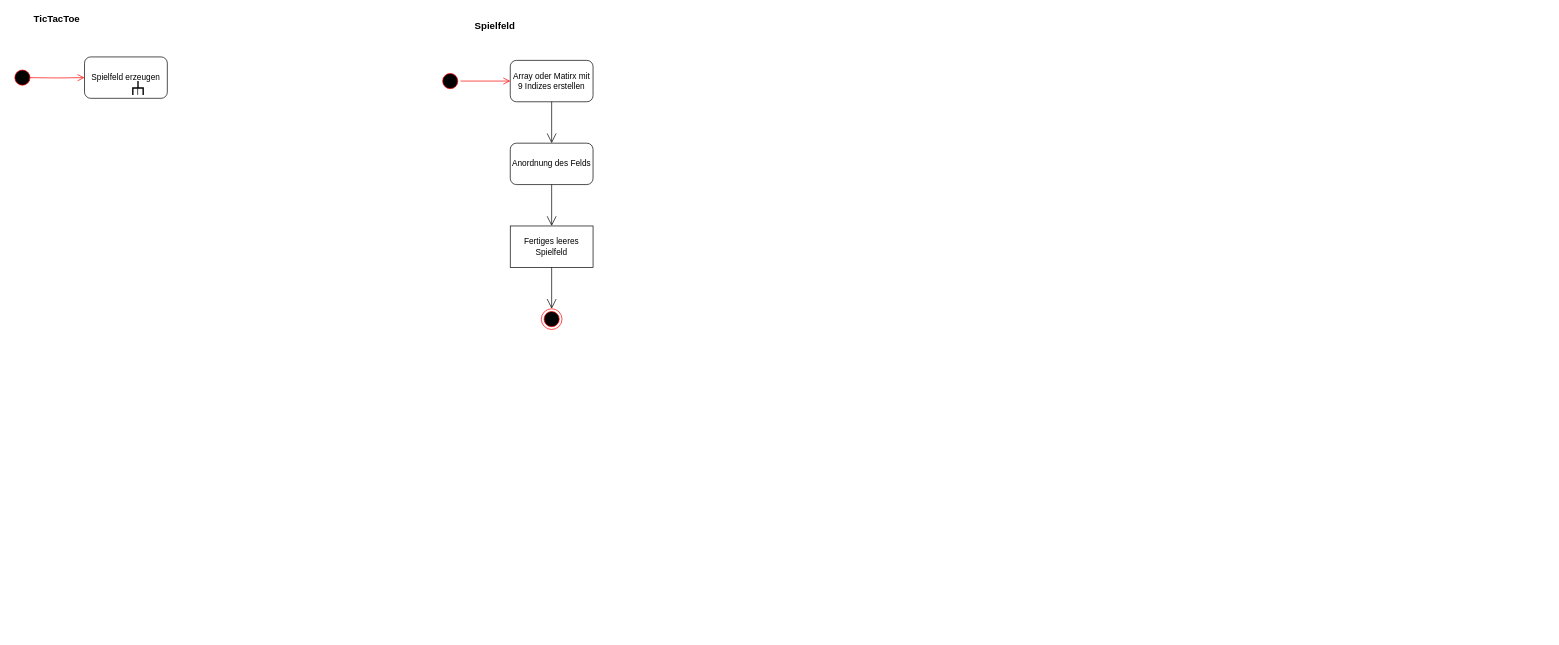
FelixSD/TicTacToeUML keeps this draw.io diagram as Untitled Diagram.drawio. Above is the earlier version. Source tidied: cells renumbered, new cells numbered last; positions are measured from the earlier drawing's top-left corner, leaving out a move shared by most shapes. Both pictures are drawn from the tidied source at 69%, with x=0, y=0 at pixel (12, 12).
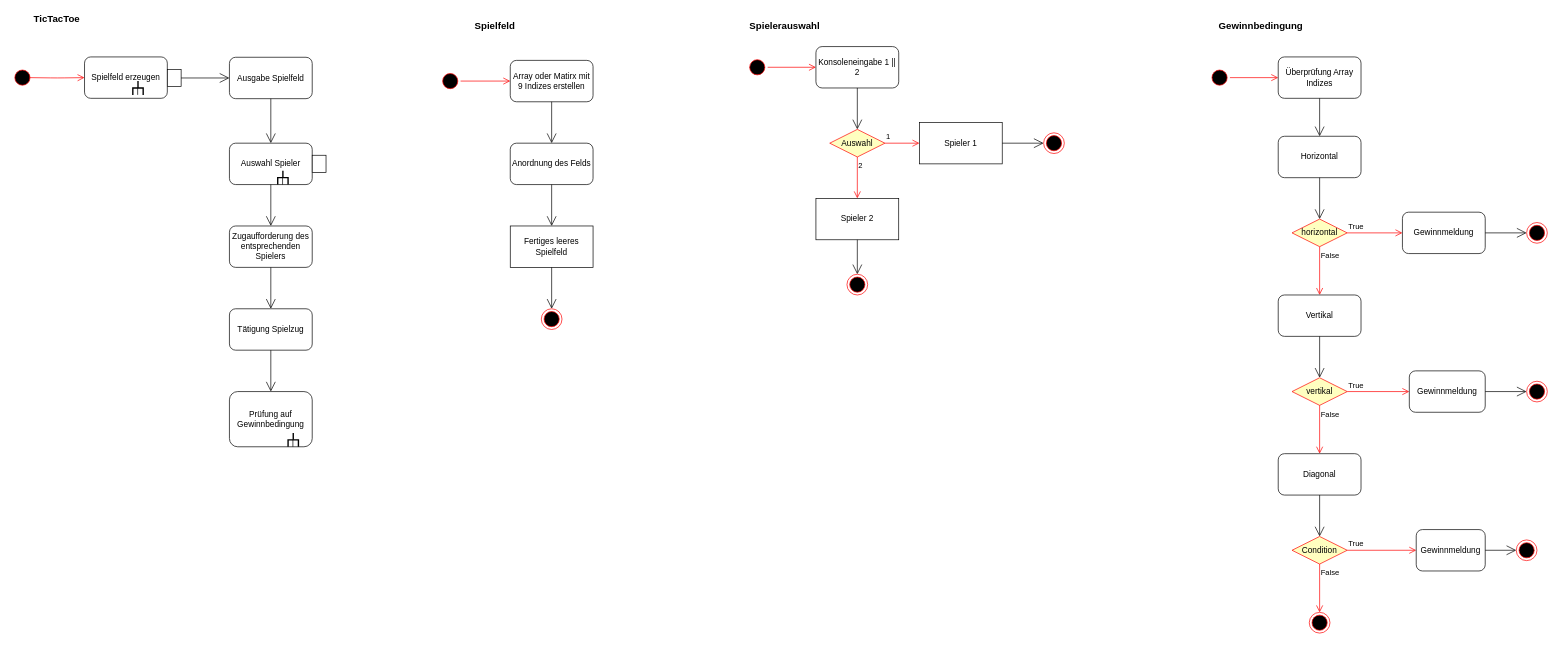
The same diagram, later.

The edit, as a diff of the source:
```diff
@@
+    <mxCell id="18" style="rounded=0;whiteSpace=wrap;html=1;" parent="1" vertex="1">
+      <mxGeometry x="225" y="83" width="20" height="25" as="geometry" />
+    </mxCell>
+    <mxCell id="19" style="endArrow=open;endFill=1;endSize=12;html=1;exitX=1;exitY=0.5;exitDx=0;exitDy=0;entryX=0;entryY=0.5;entryDx=0;entryDy=0;" parent="1" edge="1" source="18" target="20">
+      <mxGeometry relative="1" as="geometry" />
+    </mxCell>
+    <mxCell id="20" value="Ausgabe Spielfeld" style="rounded=1;whiteSpace=wrap;html=1;" parent="1" vertex="1">
+      <mxGeometry x="315" y="65.5" width="120" height="60" as="geometry" />
+    </mxCell>
+    <mxCell id="21" value="Auswahl Spieler" style="rounded=1;whiteSpace=wrap;html=1;" parent="1" vertex="1">
+      <mxGeometry x="315" y="190" width="120" height="60" as="geometry" />
+    </mxCell>
+    <mxCell id="22" style="endArrow=open;endFill=1;endSize=12;html=1;exitX=0.5;exitY=1;exitDx=0;exitDy=0;entryX=0.5;entryY=0;entryDx=0;entryDy=0;" parent="1" edge="1" source="20" target="21">
+      <mxGeometry relative="1" as="geometry" />
+    </mxCell>
+    <mxCell id="23" style="strokeWidth=2;html=1;shape=mxgraph.flowchart.annotation_2;align=left;labelPosition=right;direction=south;" parent="1" vertex="1">
+      <mxGeometry x="385" y="230" width="15" height="20" as="geometry" />
+    </mxCell>
+    <mxCell id="24" style="endArrow=none;html=1;" parent="1" edge="1">
+      <mxGeometry relative="1" as="geometry">
+        <mxPoint x="392" y="240" as="sourcePoint" />
+        <mxPoint x="392" y="250" as="targetPoint" />
+      </mxGeometry>
+    </mxCell>
+    <mxCell id="25" style="rounded=0;whiteSpace=wrap;html=1;" parent="1" vertex="1">
+      <mxGeometry x="435" y="207.5" width="20" height="25" as="geometry" />
+    </mxCell>
+    <mxCell id="26" value="&lt;b&gt;&lt;font style=&quot;font-size: 14px&quot;&gt;Spielerauswahl&lt;/font&gt;&lt;/b&gt;" style="text;html=1;strokeColor=none;fillColor=none;align=center;verticalAlign=middle;whiteSpace=wrap;rounded=0;" parent="1" vertex="1">
+      <mxGeometry x="1065" y="10" width="110" height="20" as="geometry" />
+    </mxCell>
+    <mxCell id="27" style="ellipse;html=1;shape=startState;fillColor=#000000;strokeColor=#ff0000;" parent="1" vertex="1">
+      <mxGeometry x="1065" y="65" width="30" height="30" as="geometry" />
+    </mxCell>
+    <mxCell id="28" style="edgeStyle=orthogonalEdgeStyle;html=1;verticalAlign=bottom;endArrow=open;endSize=8;strokeColor=#ff0000;" parent="1" edge="1" source="27" target="29">
+      <mxGeometry relative="1" as="geometry" />
+    </mxCell>
+    <mxCell id="29" value="Konsoleneingabe 1 || 2" style="rounded=1;whiteSpace=wrap;html=1;" parent="1" vertex="1">
+      <mxGeometry x="1165" y="50" width="120" height="60" as="geometry" />
+    </mxCell>
+    <mxCell id="30" style="endArrow=open;endFill=1;endSize=12;html=1;exitX=0.5;exitY=1;exitDx=0;exitDy=0;entryX=0.5;entryY=0;entryDx=0;entryDy=0;" parent="1" edge="1" source="29" target="31">
+      <mxGeometry relative="1" as="geometry" />
+    </mxCell>
+    <mxCell id="31" value="Auswahl" style="rhombus;whiteSpace=wrap;html=1;fillColor=#ffffc0;strokeColor=#ff0000;" parent="1" vertex="1">
+      <mxGeometry x="1185" y="170" width="80" height="40" as="geometry" />
+    </mxCell>
+    <mxCell id="32" value="1" style="edgeStyle=orthogonalEdgeStyle;html=1;align=left;verticalAlign=bottom;endArrow=open;endSize=8;strokeColor=#ff0000;" parent="1" edge="1" source="31" target="34">
+      <mxGeometry x="-1" relative="1" as="geometry" />
+    </mxCell>
+    <mxCell id="33" value="2" style="edgeStyle=orthogonalEdgeStyle;html=1;align=left;verticalAlign=top;endArrow=open;endSize=8;strokeColor=#ff0000;" parent="1" edge="1" source="31" target="37">
+      <mxGeometry x="-1" relative="1" as="geometry" />
+    </mxCell>
+    <mxCell id="34" value="Spieler 1" style="rounded=0;whiteSpace=wrap;html=1;" parent="1" vertex="1">
+      <mxGeometry x="1315" y="160" width="120" height="60" as="geometry" />
+    </mxCell>
+    <mxCell id="35" style="ellipse;html=1;shape=endState;fillColor=#000000;strokeColor=#ff0000;" parent="1" vertex="1">
+      <mxGeometry x="1495" y="175" width="30" height="30" as="geometry" />
+    </mxCell>
+    <mxCell id="36" style="endArrow=open;endFill=1;endSize=12;html=1;exitX=1;exitY=0.5;exitDx=0;exitDy=0;entryX=0;entryY=0.5;entryDx=0;entryDy=0;" parent="1" edge="1" source="34" target="35">
+      <mxGeometry relative="1" as="geometry" />
+    </mxCell>
+    <mxCell id="37" value="Spieler 2" style="rounded=0;whiteSpace=wrap;html=1;" parent="1" vertex="1">
+      <mxGeometry x="1165" y="270" width="120" height="60" as="geometry" />
+    </mxCell>
+    <mxCell id="38" style="endArrow=open;endFill=1;endSize=12;html=1;exitX=0.5;exitY=1;exitDx=0;exitDy=0;" parent="1" edge="1" source="37" target="39">
+      <mxGeometry relative="1" as="geometry" />
+    </mxCell>
+    <mxCell id="39" style="ellipse;html=1;shape=endState;fillColor=#000000;strokeColor=#ff0000;" parent="1" vertex="1">
+      <mxGeometry x="1210" y="380" width="30" height="30" as="geometry" />
+    </mxCell>
+    <mxCell id="40" style="endArrow=open;endFill=1;endSize=12;html=1;exitX=0.5;exitY=1;exitDx=0;exitDy=0;entryX=0.5;entryY=0;entryDx=0;entryDy=0;" parent="1" edge="1" source="21" target="41">
+      <mxGeometry relative="1" as="geometry" />
+    </mxCell>
+    <mxCell id="41" value="Zugaufforderung des entsprechenden Spielers" style="rounded=1;whiteSpace=wrap;html=1;" parent="1" vertex="1">
+      <mxGeometry x="315" y="310" width="120" height="60" as="geometry" />
+    </mxCell>
+    <mxCell id="42" value="Tätigung Spielzug" style="rounded=1;whiteSpace=wrap;html=1;" parent="1" vertex="1">
+      <mxGeometry x="315" y="430" width="120" height="60" as="geometry" />
+    </mxCell>
+    <mxCell id="43" style="endArrow=open;endFill=1;endSize=12;html=1;exitX=0.5;exitY=1;exitDx=0;exitDy=0;entryX=0.5;entryY=0;entryDx=0;entryDy=0;" parent="1" edge="1" source="41" target="42">
+      <mxGeometry relative="1" as="geometry" />
+    </mxCell>
+    <mxCell id="44" value="Prüfung auf Gewinnbedingung" style="rounded=1;whiteSpace=wrap;html=1;" parent="1" vertex="1">
+      <mxGeometry x="315" y="550" width="120" height="80" as="geometry" />
+    </mxCell>
+    <mxCell id="45" style="endArrow=open;endFill=1;endSize=12;html=1;exitX=0.5;exitY=1;exitDx=0;exitDy=0;" parent="1" edge="1" source="42" target="44">
+      <mxGeometry relative="1" as="geometry" />
+    </mxCell>
+    <mxCell id="46" style="strokeWidth=2;html=1;shape=mxgraph.flowchart.annotation_2;align=left;labelPosition=right;direction=south;" parent="1" vertex="1">
+      <mxGeometry x="400" y="610" width="15" height="20" as="geometry" />
+    </mxCell>
+    <mxCell id="47" style="endArrow=none;html=1;" parent="1" edge="1">
+      <mxGeometry relative="1" as="geometry">
+        <mxPoint x="407" y="620" as="sourcePoint" />
+        <mxPoint x="407" y="630" as="targetPoint" />
+      </mxGeometry>
+    </mxCell>
+    <mxCell id="48" value="&lt;b&gt;&lt;font style=&quot;font-size: 14px&quot;&gt;Gewinnbedingung&lt;/font&gt;&lt;/b&gt;" style="text;html=1;strokeColor=none;fillColor=none;align=center;verticalAlign=middle;whiteSpace=wrap;rounded=0;" parent="1" vertex="1">
+      <mxGeometry x="1745" y="10" width="130" height="20" as="geometry" />
+    </mxCell>
+    <mxCell id="49" style="ellipse;html=1;shape=startState;fillColor=#000000;strokeColor=#ff0000;" parent="1" vertex="1">
+      <mxGeometry x="1735" y="80" width="30" height="30" as="geometry" />
+    </mxCell>
+    <mxCell id="50" style="edgeStyle=orthogonalEdgeStyle;html=1;verticalAlign=bottom;endArrow=open;endSize=8;strokeColor=#ff0000;" parent="1" edge="1" source="49" target="51">
+      <mxGeometry relative="1" as="geometry" />
+    </mxCell>
+    <mxCell id="51" value="Überprüfung Array Indizes" style="rounded=1;whiteSpace=wrap;html=1;" parent="1" vertex="1">
+      <mxGeometry x="1835" y="65" width="120" height="60" as="geometry" />
+    </mxCell>
+    <mxCell id="52" value="Horizontal" style="rounded=1;whiteSpace=wrap;html=1;" parent="1" vertex="1">
+      <mxGeometry x="1835" y="180" width="120" height="60" as="geometry" />
+    </mxCell>
+    <mxCell id="53" style="endArrow=open;endFill=1;endSize=12;html=1;exitX=0.5;exitY=1;exitDx=0;exitDy=0;" parent="1" edge="1" source="51" target="52">
+      <mxGeometry relative="1" as="geometry" />
+    </mxCell>
+    <mxCell id="54" value="horizontal" style="rhombus;whiteSpace=wrap;html=1;fillColor=#ffffc0;strokeColor=#ff0000;" parent="1" vertex="1">
+      <mxGeometry x="1855" y="300" width="80" height="40" as="geometry" />
+    </mxCell>
+    <mxCell id="55" value="True" style="edgeStyle=orthogonalEdgeStyle;html=1;align=left;verticalAlign=bottom;endArrow=open;endSize=8;strokeColor=#ff0000;" parent="1" edge="1" source="54" target="58">
+      <mxGeometry x="-1" relative="1" as="geometry" />
+    </mxCell>
+    <mxCell id="56" value="False" style="edgeStyle=orthogonalEdgeStyle;html=1;align=left;verticalAlign=top;endArrow=open;endSize=8;strokeColor=#ff0000;" parent="1" edge="1" source="54" target="61">
+      <mxGeometry x="-1" relative="1" as="geometry" />
+    </mxCell>
+    <mxCell id="57" style="endArrow=open;endFill=1;endSize=12;html=1;exitX=0.5;exitY=1;exitDx=0;exitDy=0;entryX=0.5;entryY=0;entryDx=0;entryDy=0;" parent="1" edge="1" source="52" target="54">
+      <mxGeometry relative="1" as="geometry" />
+    </mxCell>
+    <mxCell id="58" value="Gewinnmeldung" style="rounded=1;whiteSpace=wrap;html=1;" parent="1" vertex="1">
+      <mxGeometry x="2015" y="290" width="120" height="60" as="geometry" />
+    </mxCell>
+    <mxCell id="59" style="ellipse;html=1;shape=endState;fillColor=#000000;strokeColor=#ff0000;" parent="1" vertex="1">
+      <mxGeometry x="2195" y="305" width="30" height="30" as="geometry" />
+    </mxCell>
+    <mxCell id="60" style="endArrow=open;endFill=1;endSize=12;html=1;entryX=0;entryY=0.5;entryDx=0;entryDy=0;" parent="1" edge="1" target="59">
+      <mxGeometry relative="1" as="geometry">
+        <mxPoint x="2135" y="320" as="sourcePoint" />
+      </mxGeometry>
+    </mxCell>
+    <mxCell id="61" value="Vertikal" style="rounded=1;whiteSpace=wrap;html=1;" parent="1" vertex="1">
+      <mxGeometry x="1835" y="410" width="120" height="60" as="geometry" />
+    </mxCell>
+    <mxCell id="62" style="endArrow=open;endFill=1;endSize=12;html=1;exitX=0.5;exitY=1;exitDx=0;exitDy=0;entryX=0.5;entryY=0;entryDx=0;entryDy=0;" parent="1" edge="1" source="61" target="63">
+      <mxGeometry relative="1" as="geometry" />
+    </mxCell>
+    <mxCell id="63" value="vertikal" style="rhombus;whiteSpace=wrap;html=1;fillColor=#ffffc0;strokeColor=#ff0000;" parent="1" vertex="1">
+      <mxGeometry x="1855" y="530" width="80" height="40" as="geometry" />
+    </mxCell>
+    <mxCell id="64" value="True" style="edgeStyle=orthogonalEdgeStyle;html=1;align=left;verticalAlign=bottom;endArrow=open;endSize=8;strokeColor=#ff0000;" parent="1" edge="1" source="63" target="66">
+      <mxGeometry x="-1" relative="1" as="geometry" />
+    </mxCell>
+    <mxCell id="65" value="False" style="edgeStyle=orthogonalEdgeStyle;html=1;align=left;verticalAlign=top;endArrow=open;endSize=8;strokeColor=#ff0000;entryX=0.5;entryY=0;entryDx=0;entryDy=0;" parent="1" edge="1" source="63" target="69">
+      <mxGeometry x="-1" relative="1" as="geometry" />
+    </mxCell>
+    <mxCell id="66" value="Gewinnmeldung" style="rounded=1;whiteSpace=wrap;html=1;" parent="1" vertex="1">
+      <mxGeometry x="2025" y="520" width="110" height="60" as="geometry" />
+    </mxCell>
+    <mxCell id="67" style="endArrow=open;endFill=1;endSize=12;html=1;exitX=1;exitY=0.5;exitDx=0;exitDy=0;entryX=0;entryY=0.5;entryDx=0;entryDy=0;" parent="1" edge="1" source="66" target="68">
+      <mxGeometry relative="1" as="geometry" />
+    </mxCell>
+    <mxCell id="68" style="ellipse;html=1;shape=endState;fillColor=#000000;strokeColor=#ff0000;" parent="1" vertex="1">
+      <mxGeometry x="2195" y="535" width="30" height="30" as="geometry" />
+    </mxCell>
+    <mxCell id="69" value="Diagonal" style="rounded=1;whiteSpace=wrap;html=1;" parent="1" vertex="1">
+      <mxGeometry x="1835" y="640" width="120" height="60" as="geometry" />
+    </mxCell>
+    <mxCell id="70" style="endArrow=open;endFill=1;endSize=12;html=1;exitX=0.5;exitY=1;exitDx=0;exitDy=0;entryX=0.5;entryY=0;entryDx=0;entryDy=0;" parent="1" edge="1" source="69" target="71">
+      <mxGeometry relative="1" as="geometry" />
+    </mxCell>
+    <mxCell id="71" value="Condition" style="rhombus;whiteSpace=wrap;html=1;fillColor=#ffffc0;strokeColor=#ff0000;" parent="1" vertex="1">
+      <mxGeometry x="1855" y="760" width="80" height="40" as="geometry" />
+    </mxCell>
+    <mxCell id="72" value="True" style="edgeStyle=orthogonalEdgeStyle;html=1;align=left;verticalAlign=bottom;endArrow=open;endSize=8;strokeColor=#ff0000;entryX=0;entryY=0.5;entryDx=0;entryDy=0;" parent="1" edge="1" source="71" target="74">
+      <mxGeometry x="-1" relative="1" as="geometry" />
+    </mxCell>
+    <mxCell id="73" value="False" style="edgeStyle=orthogonalEdgeStyle;html=1;align=left;verticalAlign=top;endArrow=open;endSize=8;strokeColor=#ff0000;entryX=0.5;entryY=0;entryDx=0;entryDy=0;" parent="1" edge="1" source="71" target="77">
+      <mxGeometry x="-1" relative="1" as="geometry" />
+    </mxCell>
+    <mxCell id="74" value="Gewinnmeldung" style="rounded=1;whiteSpace=wrap;html=1;" parent="1" vertex="1">
+      <mxGeometry x="2035" y="750" width="100" height="60" as="geometry" />
+    </mxCell>
+    <mxCell id="75" style="endArrow=open;endFill=1;endSize=12;html=1;exitX=1;exitY=0.5;exitDx=0;exitDy=0;entryX=0;entryY=0.5;entryDx=0;entryDy=0;" parent="1" edge="1" source="74" target="76">
+      <mxGeometry relative="1" as="geometry" />
+    </mxCell>
+    <mxCell id="76" style="ellipse;html=1;shape=endState;fillColor=#000000;strokeColor=#ff0000;" parent="1" vertex="1">
+      <mxGeometry x="2180" y="765" width="30" height="30" as="geometry" />
+    </mxCell>
+    <mxCell id="77" style="ellipse;html=1;shape=endState;fillColor=#000000;strokeColor=#ff0000;" parent="1" vertex="1">
+      <mxGeometry x="1880" y="870" width="30" height="30" as="geometry" />
+    </mxCell>
```
